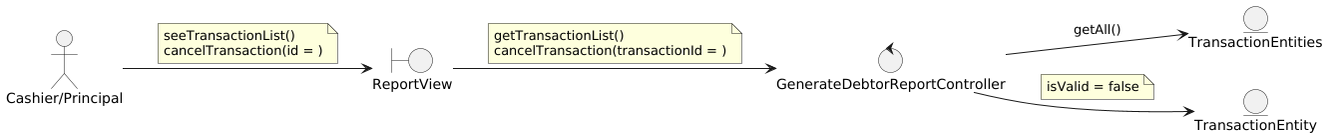
The PlantUML diagram out/DesignView/AnalysisView/UseCaseAnalysis/Collaboration.CU07.Analysis.png in wsmcbl/wsmcbl.doc, before a commit.
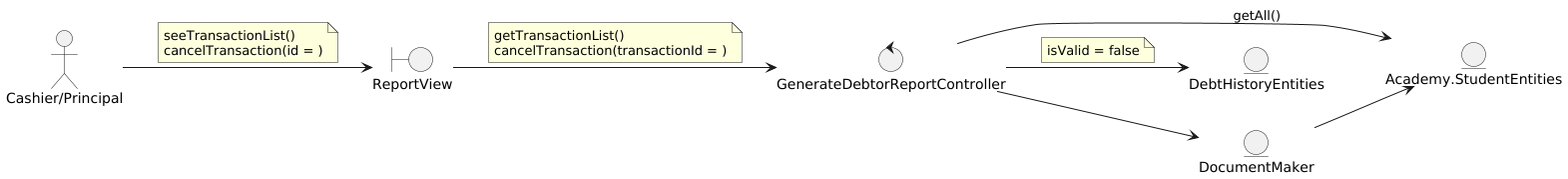
After the change.

Change to the diagram source:
```diff
@@ -7,8 +7,9 @@
 
 control GenerateDebtorReportController
 
-entity TransactionEntities
-entity TransactionEntity
+entity Academy.StudentEntities
+entity DebtHistoryEntities
+entity DocumentMaker
 
 "Cashier/Principal" --> ReportView
 note on link
@@ -22,11 +23,13 @@
     cancelTransaction(transactionId = )
 end note
 
-GenerateDebtorReportController --> TransactionEntities : getAll()
-GenerateDebtorReportController --> TransactionEntity
+GenerateDebtorReportController --> DocumentMaker
+GenerateDebtorReportController --> Academy.StudentEntities : getAll()
+GenerateDebtorReportController --> DebtHistoryEntities
 note on link
     isValid = false
 end note
 
+DocumentMaker --> Academy.StudentEntities
 
 @enduml
```
